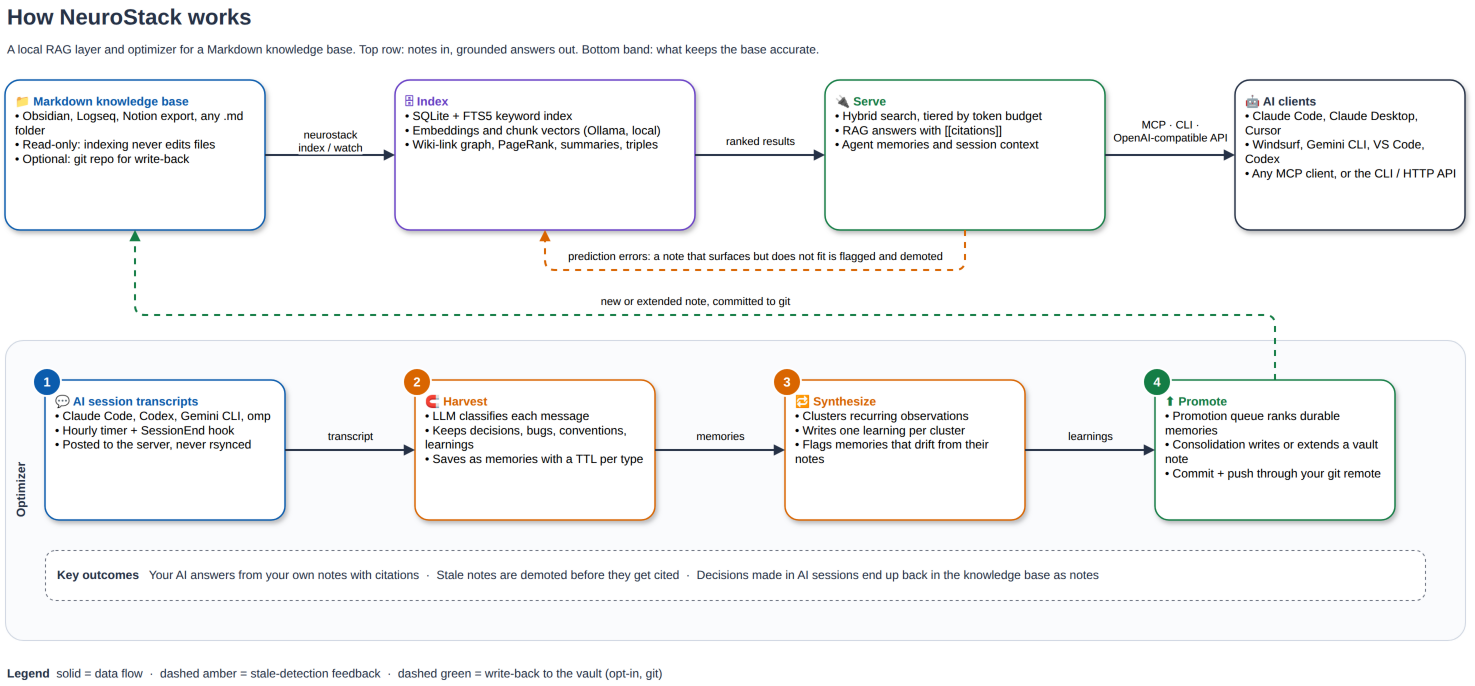
Before: docs/how-it-works-overview.png, a diagram exported from draw.io (raphasouthall/neurostack). Source tidied: cells renumbered, new cells last; positions are measured from the earlier drawing's top-left corner, leaving out a move shared by most shapes.
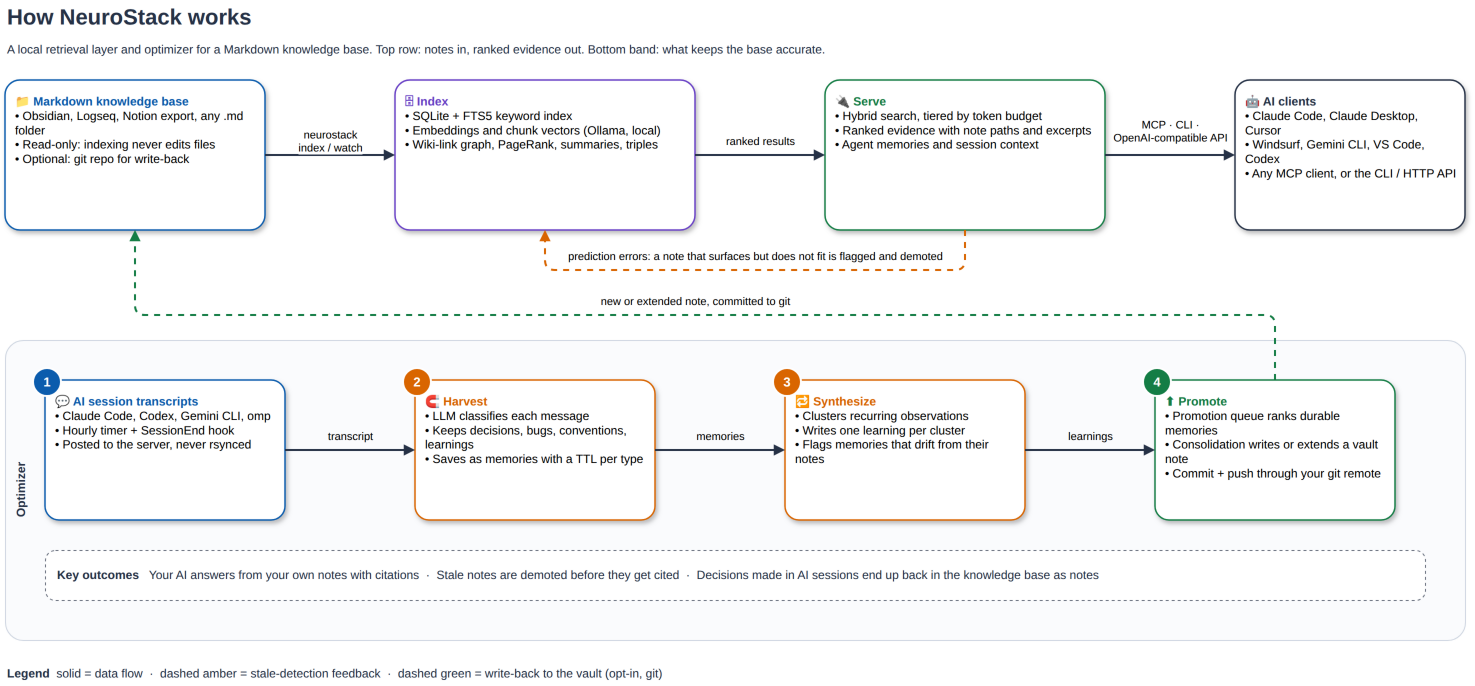
The same diagram one commit later.

What changed in the source:
```diff
@@ -5,7 +5,7 @@
     <mxCell id="2" value="How NeuroStack works" style="text;html=1;align=left;verticalAlign=middle;fontStyle=1;fontSize=22;fontColor=#263247;fontFamily=Helvetica;" parent="1" vertex="1">
       <mxGeometry width="800" height="34" as="geometry" />
     </mxCell>
-    <mxCell id="3" value="A local RAG layer and optimizer for a Markdown knowledge base. Top row: notes in, grounded answers out. Bottom band: what keeps the base accurate." style="text;html=1;whiteSpace=wrap;align=left;verticalAlign=top;fontSize=12;fontColor=#263247;fontFamily=Helvetica;" parent="1" vertex="1">
+    <mxCell id="3" value="A local retrieval layer and optimizer for a Markdown knowledge base. Top row: notes in, ranked evidence out. Bottom band: what keeps the base accurate." style="text;html=1;whiteSpace=wrap;align=left;verticalAlign=top;fontSize=12;fontColor=#263247;fontFamily=Helvetica;" parent="1" vertex="1">
       <mxGeometry y="36" width="900" height="30" as="geometry" />
     </mxCell>
     <mxCell id="4" value="&lt;b&gt;&lt;font color=&quot;#0B5CAD&quot;&gt;📁 Markdown knowledge base&lt;/font&gt;&lt;/b&gt;&lt;br&gt;• Obsidian, Logseq, Notion export, any .md folder&lt;br&gt;• Read-only: indexing never edits files&lt;br&gt;• Optional: git repo for write-back" style="rounded=1;arcSize=10;shadow=1;strokeWidth=1.5;fontSize=12;align=left;verticalAlign=top;spacing=10;whiteSpace=wrap;html=1;fontFamily=Helvetica;fillColor=#FFFFFF;strokeColor=#0B5CAD;" parent="1" vertex="1">
@@ -14,7 +14,7 @@
     <mxCell id="5" value="&lt;b&gt;&lt;font color=&quot;#6941C6&quot;&gt;🗄 Index&lt;/font&gt;&lt;/b&gt;&lt;br&gt;• SQLite + FTS5 keyword index&lt;br&gt;• Embeddings and chunk vectors (Ollama, local)&lt;br&gt;• Wiki-link graph, PageRank, summaries, triples" style="rounded=1;arcSize=10;shadow=1;strokeWidth=1.5;fontSize=12;align=left;verticalAlign=top;spacing=10;whiteSpace=wrap;html=1;fontFamily=Helvetica;fillColor=#FFFFFF;strokeColor=#6941C6;" parent="1" vertex="1">
       <mxGeometry x="390" y="80" width="300" height="150" as="geometry" />
     </mxCell>
-    <mxCell id="6" value="&lt;b&gt;&lt;font color=&quot;#147D45&quot;&gt;🔌 Serve&lt;/font&gt;&lt;/b&gt;&lt;br&gt;• Hybrid search, tiered by token budget&lt;br&gt;• RAG answers with [[citations]]&lt;br&gt;• Agent memories and session context" style="rounded=1;arcSize=10;shadow=1;strokeWidth=1.5;fontSize=12;align=left;verticalAlign=top;spacing=10;whiteSpace=wrap;html=1;fontFamily=Helvetica;fillColor=#FFFFFF;strokeColor=#147D45;" parent="1" vertex="1">
+    <mxCell id="6" value="&lt;b&gt;&lt;font color=&quot;#147D45&quot;&gt;🔌 Serve&lt;/font&gt;&lt;/b&gt;&lt;br&gt;• Hybrid search, tiered by token budget&lt;br&gt;• Ranked evidence with note paths and excerpts&lt;br&gt;• Agent memories and session context" style="rounded=1;arcSize=10;shadow=1;strokeWidth=1.5;fontSize=12;align=left;verticalAlign=top;spacing=10;whiteSpace=wrap;html=1;fontFamily=Helvetica;fillColor=#FFFFFF;strokeColor=#147D45;" parent="1" vertex="1">
       <mxGeometry x="820" y="80" width="280" height="150" as="geometry" />
     </mxCell>
     <mxCell id="7" value="&lt;b&gt;&lt;font color=&quot;#263247&quot;&gt;🤖 AI clients&lt;/font&gt;&lt;/b&gt;&lt;br&gt;• Claude Code, Claude Desktop, Cursor&lt;br&gt;• Windsurf, Gemini CLI, VS Code, Codex&lt;br&gt;• Any MCP client, or the CLI / HTTP API" style="rounded=1;arcSize=10;shadow=1;strokeWidth=1.5;fontSize=12;align=left;verticalAlign=top;spacing=10;whiteSpace=wrap;html=1;fontFamily=Helvetica;fillColor=#FFFFFF;strokeColor=#263247;" parent="1" vertex="1">
```
